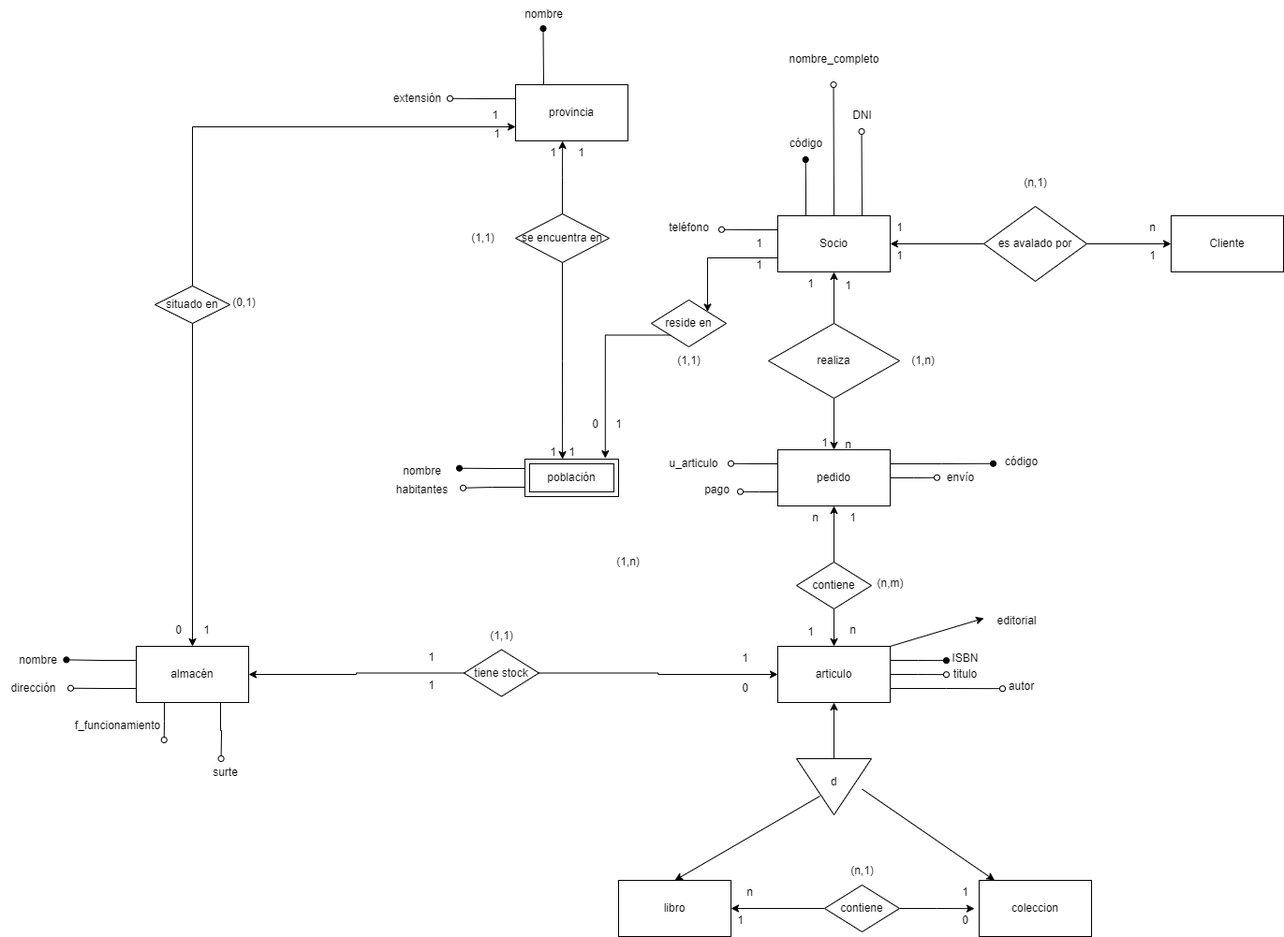
Before: ejercicio4-libros.drawio.png, a diagram exported from draw.io (bibifupi/Abril23). Source tidied: cells renumbered, new cells last; positions are measured from the earlier drawing's top-left corner, leaving out a move shared by most shapes.
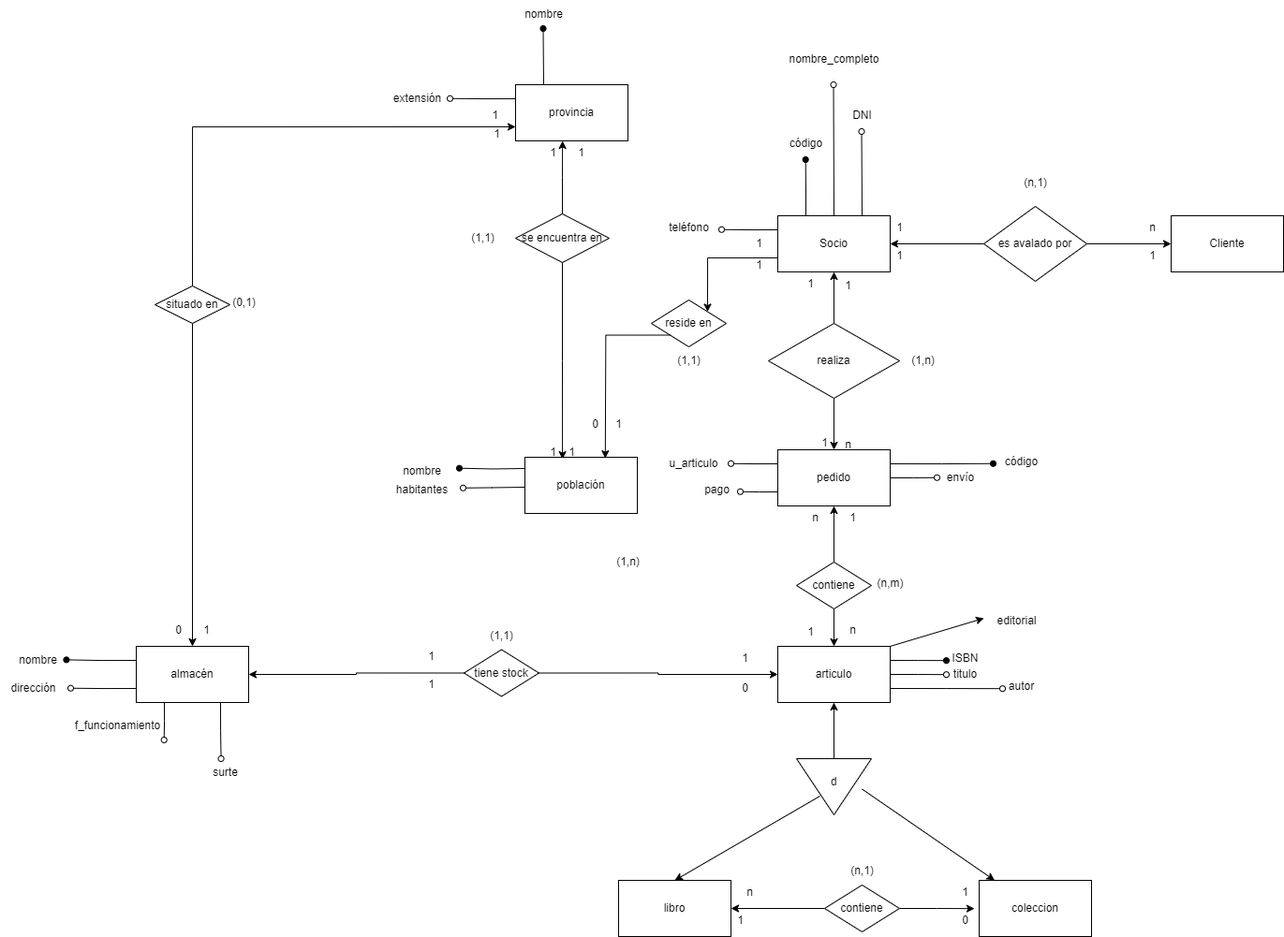
The same diagram one commit later.

Diff of the diagram source:
```diff
@@ -64,14 +64,12 @@
     <mxCell id="15" value="provincia" style="rounded=0;whiteSpace=wrap;html=1;" parent="1" vertex="1">
       <mxGeometry x="550" y="90" width="120" height="60" as="geometry" />
     </mxCell>
-    <mxCell id="16" style="edgeStyle=orthogonalEdgeStyle;rounded=0;jettySize=auto;html=1;exitX=0;exitY=0.25;exitDx=0;exitDy=0;endArrow=oval;endFill=1;" parent="1" edge="1" source="17">
+    <mxCell id="16" style="edgeStyle=orthogonalEdgeStyle;rounded=0;orthogonalLoop=1;jettySize=auto;html=1;exitX=0;exitY=0.25;exitDx=0;exitDy=0;endArrow=oval;endFill=1;" parent="1" edge="1">
       <mxGeometry relative="1" as="geometry">
+        <mxPoint x="560" y="500" as="sourcePoint" />
         <mxPoint x="490" y="499.7" as="targetPoint" />
       </mxGeometry>
     </mxCell>
-    <mxCell id="17" value="población" style="shape=ext;margin=3;double=1;whiteSpace=wrap;html=1;align=center;" parent="1" vertex="1">
-      <mxGeometry x="560" y="490" width="100" height="40" as="geometry" />
-    </mxCell>
     <mxCell id="18" style="edgeStyle=orthogonalEdgeStyle;rounded=0;jettySize=auto;html=1;exitX=0;exitY=0.25;exitDx=0;exitDy=0;endArrow=oval;endFill=1;entryX=1.007;entryY=0.479;entryDx=0;entryDy=0;entryPerimeter=0;" parent="1" edge="1" source="22" target="83">
       <mxGeometry relative="1" as="geometry" />
     </mxCell>
@@ -164,8 +162,10 @@
     <mxCell id="43" value="reside en" style="rhombus;whiteSpace=wrap;html=1;" parent="1" vertex="1">
       <mxGeometry x="695" y="320" width="80" height="50" as="geometry" />
     </mxCell>
-    <mxCell id="44" style="edgeStyle=orthogonalEdgeStyle;rounded=0;jettySize=auto;html=1;exitX=0;exitY=1;exitDx=0;exitDy=0;entryX=0.858;entryY=-0.022;entryDx=0;entryDy=0;entryPerimeter=0;" parent="1" edge="1" source="43" target="17">
-      <mxGeometry relative="1" as="geometry" />
+    <mxCell id="44" style="edgeStyle=orthogonalEdgeStyle;rounded=0;jettySize=auto;html=1;exitX=0;exitY=1;exitDx=0;exitDy=0;entryX=0.858;entryY=-0.022;entryDx=0;entryDy=0;entryPerimeter=0;" parent="1" edge="1" source="43">
+      <mxGeometry relative="1" as="geometry">
+        <mxPoint x="645.8" y="489.1" as="targetPoint" />
+      </mxGeometry>
     </mxCell>
     <mxCell id="45" value="1" style="text;html=1;align=center;verticalAlign=middle;strokeColor=none;fillColor=none;" parent="1" vertex="1">
       <mxGeometry x="795" y="268" width="30" height="30" as="geometry" />
@@ -188,8 +188,10 @@
     <mxCell id="51" style="edgeStyle=orthogonalEdgeStyle;rounded=0;jettySize=auto;html=1;exitX=0.5;exitY=0;exitDx=0;exitDy=0;entryX=0.418;entryY=1;entryDx=0;entryDy=0;entryPerimeter=0;" parent="1" edge="1" source="50" target="15">
       <mxGeometry relative="1" as="geometry" />
     </mxCell>
-    <mxCell id="52" style="edgeStyle=orthogonalEdgeStyle;rounded=0;jettySize=auto;html=1;exitX=0.5;exitY=1;exitDx=0;exitDy=0;entryX=0.401;entryY=0.002;entryDx=0;entryDy=0;entryPerimeter=0;" parent="1" edge="1" source="50" target="17">
-      <mxGeometry relative="1" as="geometry" />
+    <mxCell id="52" style="edgeStyle=orthogonalEdgeStyle;rounded=0;jettySize=auto;html=1;exitX=0.5;exitY=1;exitDx=0;exitDy=0;entryX=0.401;entryY=0.002;entryDx=0;entryDy=0;entryPerimeter=0;" parent="1" edge="1" source="50">
+      <mxGeometry relative="1" as="geometry">
+        <mxPoint x="600.1" y="490.1" as="targetPoint" />
+      </mxGeometry>
     </mxCell>
     <mxCell id="53" value="1" style="text;html=1;align=center;verticalAlign=middle;strokeColor=none;fillColor=none;" parent="1" vertex="1">
       <mxGeometry x="575" y="468" width="30" height="30" as="geometry" />
@@ -275,8 +277,10 @@
     <mxCell id="80" value="nombre" style="text;html=1;align=center;verticalAlign=middle;strokeColor=none;fillColor=none;" parent="1" vertex="1">
       <mxGeometry x="550" width="60" height="30" as="geometry" />
     </mxCell>
-    <mxCell id="81" style="edgeStyle=orthogonalEdgeStyle;rounded=0;jettySize=auto;html=1;exitX=0;exitY=0.75;exitDx=0;exitDy=0;entryX=1.05;entryY=0.426;entryDx=0;entryDy=0;entryPerimeter=0;endArrow=oval;endFill=0;" parent="1" edge="1" source="17" target="78">
-      <mxGeometry relative="1" as="geometry" />
+    <mxCell id="81" style="edgeStyle=orthogonalEdgeStyle;rounded=0;jettySize=auto;html=1;exitX=0;exitY=0.75;exitDx=0;exitDy=0;entryX=1.05;entryY=0.426;entryDx=0;entryDy=0;entryPerimeter=0;endArrow=oval;endFill=0;" parent="1" edge="1" target="78">
+      <mxGeometry relative="1" as="geometry">
+        <mxPoint x="560" y="520" as="sourcePoint" />
+      </mxGeometry>
     </mxCell>
     <mxCell id="82" value="nombre" style="text;html=1;align=center;verticalAlign=middle;strokeColor=none;fillColor=none;" parent="1" vertex="1">
       <mxGeometry x="420" y="488" width="60" height="30" as="geometry" />
@@ -400,5 +404,8 @@
     <mxCell id="121" value="(n,1)" style="text;html=1;align=center;verticalAlign=middle;strokeColor=none;fillColor=none;" parent="1" vertex="1">
       <mxGeometry x="895" y="915" width="50" height="30" as="geometry" />
     </mxCell>
+    <mxCell id="17" value="población" style="rounded=0;whiteSpace=wrap;html=1;" parent="1" vertex="1">
+      <mxGeometry x="560" y="488" width="120" height="60" as="geometry" />
+    </mxCell>
   </root>
 </mxGraphModel>
```
